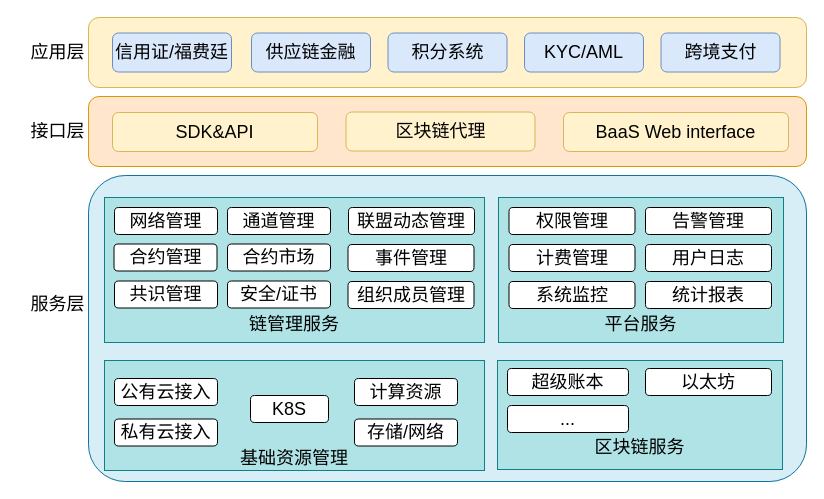
dilide/collections keeps this draw.io diagram as repository/drawio/55/业务功能架构图.drawio. Above is the earlier version. Source tidied: cells renumbered, new cells numbered last; positions are measured from the earlier drawing's top-left corner, leaving out a move shared by most shapes. Both pictures are drawn from the tidied source at 100%, with x=0, y=0 at pixel (17, 17).
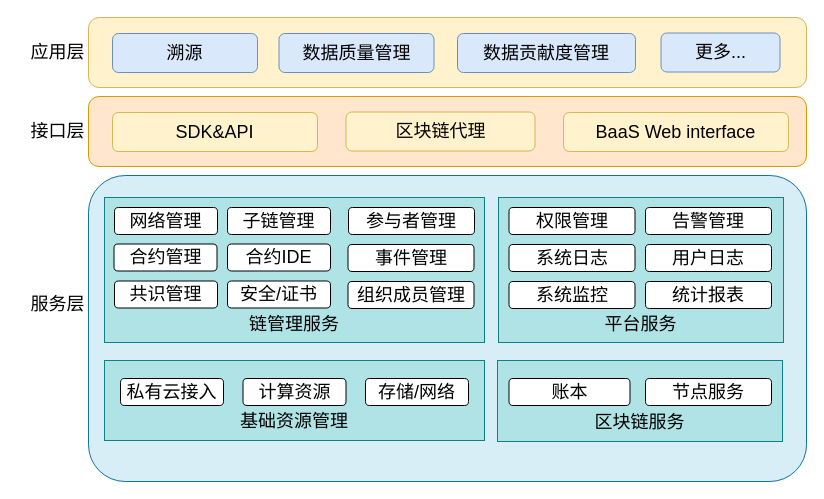
After the change.

Commit message:
更新业务功能架构图.drawio

Change to the diagram source:
```diff
@@
-    <mxCell id="9" value="信用证/福费廷" style="rounded=1;whiteSpace=wrap;html=1;fontSize=18;fillColor=#dae8fc;strokeColor=#6c8ebf;" parent="1" vertex="1">
-      <mxGeometry x="95" y="15.5" width="119" height="39" as="geometry" />
+    <mxCell id="9" value="溯源" style="rounded=1;whiteSpace=wrap;html=1;fontSize=18;fillColor=#dae8fc;strokeColor=#6c8ebf;" parent="1" vertex="1">
+      <mxGeometry x="95" y="16" width="145" height="39" as="geometry" />
     </mxCell>
-    <mxCell id="10" value="供应链金融" style="rounded=1;whiteSpace=wrap;html=1;fontSize=18;fillColor=#dae8fc;strokeColor=#6c8ebf;" parent="1" vertex="1">
-      <mxGeometry x="234" y="15.5" width="119" height="39" as="geometry" />
+    <mxCell id="10" value="数据质量管理" style="rounded=1;whiteSpace=wrap;html=1;fontSize=18;fillColor=#dae8fc;strokeColor=#6c8ebf;" parent="1" vertex="1">
+      <mxGeometry x="261.5" y="16" width="155" height="39" as="geometry" />
     </mxCell>
-    <mxCell id="11" value="积分系统" style="rounded=1;whiteSpace=wrap;html=1;fontSize=18;fillColor=#dae8fc;strokeColor=#6c8ebf;" parent="1" vertex="1">
-      <mxGeometry x="370.5" y="15.5" width="119" height="39" as="geometry" />
+    <mxCell id="11" value="数据贡献度管理" style="rounded=1;whiteSpace=wrap;html=1;fontSize=18;fillColor=#dae8fc;strokeColor=#6c8ebf;" parent="1" vertex="1">
+      <mxGeometry x="440" y="16" width="178" height="39" as="geometry" />
     </mxCell>
-    <mxCell id="12" value="KYC/AML" style="rounded=1;whiteSpace=wrap;html=1;fontSize=18;fillColor=#dae8fc;strokeColor=#6c8ebf;" parent="1" vertex="1">
-      <mxGeometry x="507" y="15.5" width="119" height="39" as="geometry" />
-    </mxCell>
-    <mxCell id="13" value="跨境支付" style="rounded=1;whiteSpace=wrap;html=1;fontSize=18;fillColor=#dae8fc;strokeColor=#6c8ebf;" parent="1" vertex="1">
+    <mxCell id="13" value="更多..." style="rounded=1;whiteSpace=wrap;html=1;fontSize=18;fillColor=#dae8fc;strokeColor=#6c8ebf;" parent="1" vertex="1">
       <mxGeometry x="643.5" y="15.5" width="119" height="39" as="geometry" />
     </mxCell>
@@
-    <mxCell id="18" value="通道管理" style="rounded=1;whiteSpace=wrap;html=1;shadow=0;glass=0;comic=0;fontSize=18;" parent="1" vertex="1">
+    <mxCell id="18" value="子链管理" style="rounded=1;whiteSpace=wrap;html=1;shadow=0;glass=0;comic=0;fontSize=18;" parent="1" vertex="1">
       <mxGeometry x="210" y="190" width="103" height="27" as="geometry" />
     </mxCell>
@@
-    <mxCell id="20" value="合约市场" style="rounded=1;whiteSpace=wrap;html=1;shadow=0;glass=0;comic=0;fontSize=18;" parent="1" vertex="1">
+    <mxCell id="20" value="合约IDE" style="rounded=1;whiteSpace=wrap;html=1;shadow=0;glass=0;comic=0;fontSize=18;" parent="1" vertex="1">
       <mxGeometry x="210" y="226.5" width="103" height="27" as="geometry" />
     </mxCell>
-    <mxCell id="21" value="联盟动态管理" style="rounded=1;whiteSpace=wrap;html=1;shadow=0;glass=0;comic=0;fontSize=18;" parent="1" vertex="1">
+    <mxCell id="21" value="参与者管理" style="rounded=1;whiteSpace=wrap;html=1;shadow=0;glass=0;comic=0;fontSize=18;" parent="1" vertex="1">
       <mxGeometry x="331" y="190" width="126" height="27" as="geometry" />
     </mxCell>
@@
-    <mxCell id="25" value="计费管理" style="rounded=1;whiteSpace=wrap;html=1;shadow=0;glass=0;comic=0;fontSize=18;" parent="1" vertex="1">
+    <mxCell id="25" value="系统日志" style="rounded=1;whiteSpace=wrap;html=1;shadow=0;glass=0;comic=0;fontSize=18;" parent="1" vertex="1">
       <mxGeometry x="491.5" y="227" width="126" height="27" as="geometry" />
     </mxCell>
@@
-    <mxCell id="30" value="&lt;br&gt;&lt;br&gt;&lt;br&gt;区块链服务&lt;br&gt;" style="rounded=0;whiteSpace=wrap;html=1;shadow=0;glass=0;comic=0;fontSize=18;fillColor=#b0e3e6;strokeColor=#0e8088;" parent="1" vertex="1">
-      <mxGeometry x="480" y="343" width="285" height="109" as="geometry" />
+    <mxCell id="30" value="&lt;br&gt;&lt;br&gt;区块链服务" style="rounded=0;whiteSpace=wrap;html=1;shadow=0;glass=0;comic=0;fontSize=18;fillColor=#b0e3e6;strokeColor=#0e8088;" parent="1" vertex="1">
+      <mxGeometry x="480" y="343" width="285" height="81" as="geometry" />
     </mxCell>
-    <mxCell id="31" value="超级账本" style="rounded=1;whiteSpace=wrap;html=1;shadow=0;glass=0;comic=0;fontSize=18;" parent="1" vertex="1">
-      <mxGeometry x="490" y="351" width="121" height="27" as="geometry" />
+    <mxCell id="31" value="账本" style="rounded=1;whiteSpace=wrap;html=1;shadow=0;glass=0;comic=0;fontSize=18;" parent="1" vertex="1">
+      <mxGeometry x="491.5" y="361" width="121" height="27" as="geometry" />
     </mxCell>
-    <mxCell id="32" value="以太坊" style="rounded=1;whiteSpace=wrap;html=1;shadow=0;glass=0;comic=0;fontSize=18;" parent="1" vertex="1">
-      <mxGeometry x="628" y="351" width="126" height="27" as="geometry" />
+    <mxCell id="32" value="节点服务" style="rounded=1;whiteSpace=wrap;html=1;shadow=0;glass=0;comic=0;fontSize=18;" parent="1" vertex="1">
+      <mxGeometry x="628" y="361" width="126" height="27" as="geometry" />
     </mxCell>
-    <mxCell id="33" value="..." style="rounded=1;whiteSpace=wrap;html=1;shadow=0;glass=0;comic=0;fontSize=18;" parent="1" vertex="1">
-      <mxGeometry x="490" y="388" width="121" height="27" as="geometry" />
-    </mxCell>
-    <mxCell id="34" value="&lt;br&gt;&lt;br&gt;&lt;br&gt;&lt;br&gt;基础资源管理&lt;br&gt;" style="rounded=0;whiteSpace=wrap;html=1;shadow=0;glass=0;comic=0;fontSize=18;fillColor=#b0e3e6;strokeColor=#0e8088;" parent="1" vertex="1">
-      <mxGeometry x="87" y="343" width="380" height="110" as="geometry" />
+    <mxCell id="34" value="&lt;br&gt;&lt;br&gt;基础资源管理" style="rounded=0;whiteSpace=wrap;html=1;shadow=0;glass=0;comic=0;fontSize=18;fillColor=#b0e3e6;strokeColor=#0e8088;" parent="1" vertex="1">
+      <mxGeometry x="87" y="343" width="380" height="80" as="geometry" />
     </mxCell>
@@
-    <mxCell id="38" value="公有云接入" style="rounded=1;whiteSpace=wrap;html=1;shadow=0;glass=0;comic=0;fontSize=18;" parent="1" vertex="1">
-      <mxGeometry x="97" y="361" width="103" height="27" as="geometry" />
-    </mxCell>
     <mxCell id="39" value="私有云接入" style="rounded=1;whiteSpace=wrap;html=1;shadow=0;glass=0;comic=0;fontSize=18;" parent="1" vertex="1">
-      <mxGeometry x="97" y="401.5" width="103" height="27" as="geometry" />
+      <mxGeometry x="103" y="361" width="103" height="27" as="geometry" />
     </mxCell>
-    <mxCell id="40" value="K8S" style="rounded=1;whiteSpace=wrap;html=1;shadow=0;glass=0;comic=0;fontSize=18;" parent="1" vertex="1">
-      <mxGeometry x="233" y="378" width="78" height="27" as="geometry" />
-    </mxCell>
     <mxCell id="41" value="存储/网络" style="rounded=1;whiteSpace=wrap;html=1;shadow=0;glass=0;comic=0;fontSize=18;" parent="1" vertex="1">
-      <mxGeometry x="337" y="401.5" width="103" height="27" as="geometry" />
+      <mxGeometry x="348" y="361" width="103" height="27" as="geometry" />
     </mxCell>
     <mxCell id="42" value="计算资源" style="rounded=1;whiteSpace=wrap;html=1;shadow=0;glass=0;comic=0;fontSize=18;" parent="1" vertex="1">
-      <mxGeometry x="337" y="361" width="103" height="27" as="geometry" />
+      <mxGeometry x="225.5" y="361" width="103" height="27" as="geometry" />
     </mxCell>
```
